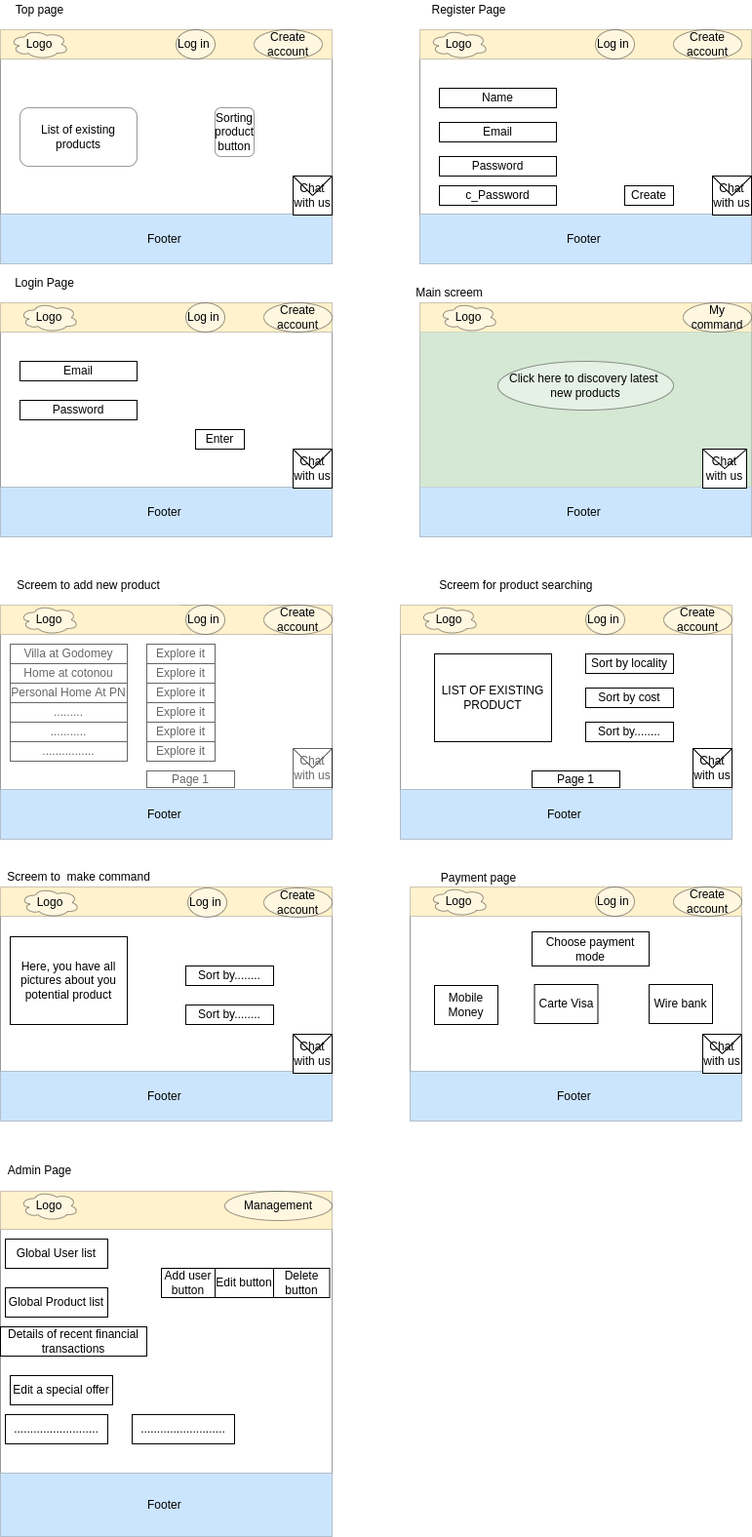
IBRAHIMA8/Transimo keeps this draw.io diagram as public/Wireframe.png. Above is the earlier version. Source tidied: cells renumbered, new cells last; positions are measured from the earlier drawing's top-left corner, leaving out a move shared by most shapes.
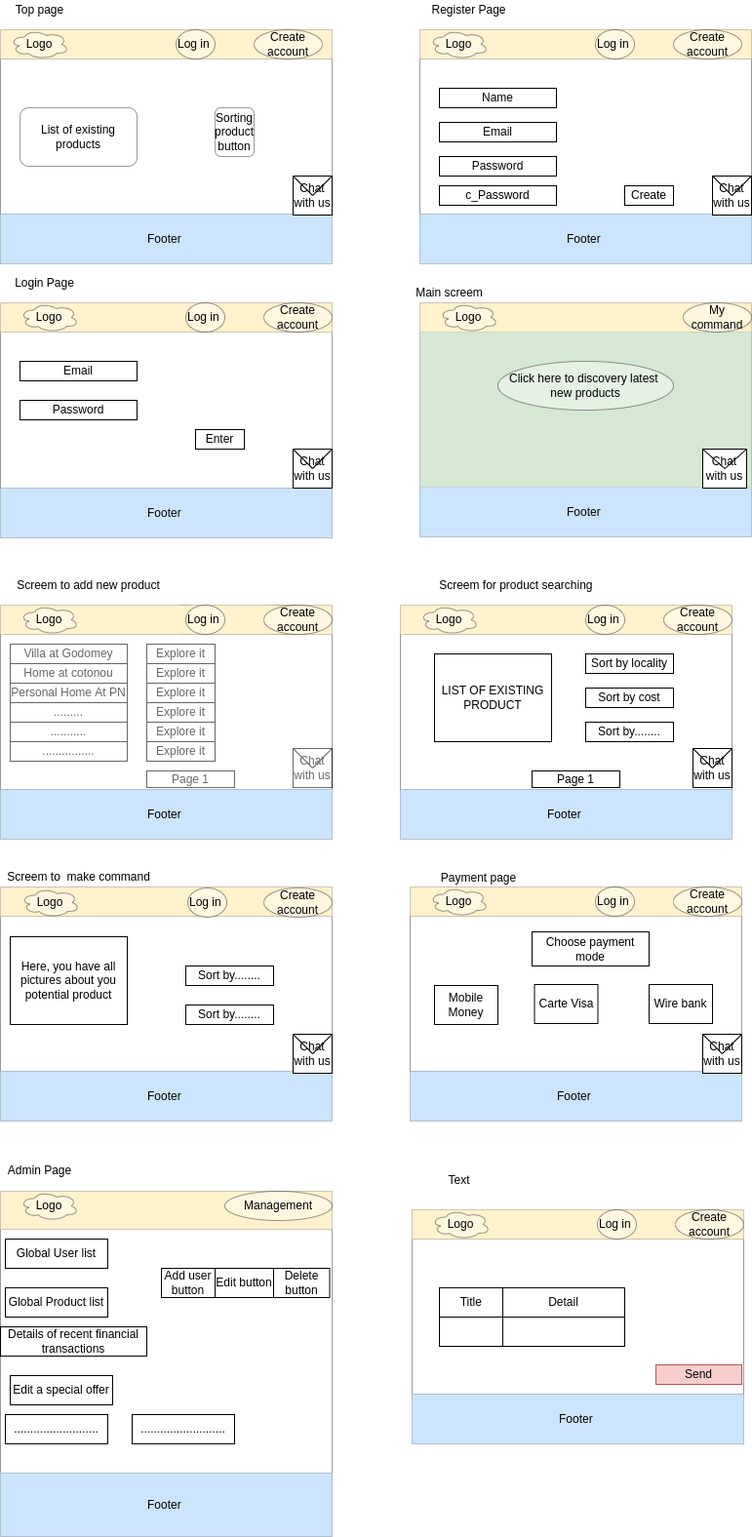
Later version of the same file.

Diff of the diagram source:
```diff
@@ -60,7 +60,7 @@
       <mxGeometry width="340" height="51" as="geometry" />
     </mxCell>
     <mxCell id="21" style="shape=table;startSize=0;opacity=40;" parent="1" vertex="1">
-      <mxGeometry y="310" width="340" height="240" as="geometry" />
+      <mxGeometry y="310" width="340" height="241" as="geometry" />
     </mxCell>
     <mxCell id="22" style="shape=tableRow;horizontal=0;startSize=0;swimlaneHead=0;swimlaneBody=0;top=0;left=0;bottom=0;right=0;fillColor=none;" parent="21" vertex="1">
       <mxGeometry width="340" height="30" as="geometry" />
@@ -69,13 +69,13 @@
       <mxGeometry width="340" height="30" as="geometry" />
     </mxCell>
     <mxCell id="24" style="shape=tableRow;horizontal=0;startSize=0;swimlaneHead=0;swimlaneBody=0;top=0;left=0;bottom=0;right=0;fillColor=none;" parent="21" vertex="1">
-      <mxGeometry y="30" width="340" height="159" as="geometry" />
+      <mxGeometry y="30" width="340" height="160" as="geometry" />
     </mxCell>
     <mxCell id="25" style="shape=partialRectangle;html=1;whiteSpace=wrap;overflow=hidden;fillColor=none;top=0;left=0;bottom=0;right=0;" parent="24" vertex="1">
-      <mxGeometry width="340" height="159" as="geometry" />
+      <mxGeometry width="340" height="160" as="geometry" />
     </mxCell>
     <mxCell id="26" style="shape=tableRow;horizontal=0;startSize=0;swimlaneHead=0;swimlaneBody=0;top=0;left=0;bottom=0;right=0;fillColor=none;" parent="21" vertex="1">
-      <mxGeometry y="189" width="340" height="51" as="geometry" />
+      <mxGeometry y="190" width="340" height="51" as="geometry" />
     </mxCell>
     <mxCell id="27" value="Footer&amp;nbsp;" style="shape=partialRectangle;html=1;whiteSpace=wrap;overflow=hidden;fillColor=#cce5ff;top=0;left=0;bottom=0;right=0;strokeColor=#36393d;" parent="26" vertex="1">
       <mxGeometry width="340" height="51" as="geometry" />
@@ -464,5 +464,53 @@
     <mxCell id="155" value="Create account" style="ellipse;whiteSpace=wrap;html=1;opacity=40;" parent="1" vertex="1">
       <mxGeometry x="270" y="910" width="70" height="30" as="geometry" />
     </mxCell>
+    <mxCell id="156" style="shape=table;startSize=0;opacity=40;" parent="1" vertex="1">
+      <mxGeometry x="422" y="1240" width="340" height="240" as="geometry" />
+    </mxCell>
+    <mxCell id="157" style="shape=tableRow;horizontal=0;startSize=0;swimlaneHead=0;swimlaneBody=0;top=0;left=0;bottom=0;right=0;fillColor=none;" parent="156" vertex="1">
+      <mxGeometry width="340" height="30" as="geometry" />
+    </mxCell>
+    <mxCell id="158" style="shape=partialRectangle;html=1;whiteSpace=wrap;overflow=hidden;fillColor=#fff2cc;top=0;left=0;bottom=0;right=0;strokeColor=#d6b656;" parent="157" vertex="1">
+      <mxGeometry width="340" height="30" as="geometry" />
+    </mxCell>
+    <mxCell id="159" style="shape=tableRow;horizontal=0;startSize=0;swimlaneHead=0;swimlaneBody=0;top=0;left=0;bottom=0;right=0;fillColor=none;" parent="156" vertex="1">
+      <mxGeometry y="30" width="340" height="159" as="geometry" />
+    </mxCell>
+    <mxCell id="160" style="shape=partialRectangle;html=1;whiteSpace=wrap;overflow=hidden;fillColor=none;top=0;left=0;bottom=0;right=0;" parent="159" vertex="1">
+      <mxGeometry width="340" height="159" as="geometry" />
+    </mxCell>
+    <mxCell id="161" style="shape=tableRow;horizontal=0;startSize=0;swimlaneHead=0;swimlaneBody=0;top=0;left=0;bottom=0;right=0;fillColor=none;" parent="156" vertex="1">
+      <mxGeometry y="189" width="340" height="51" as="geometry" />
+    </mxCell>
+    <mxCell id="162" value="Footer&amp;nbsp;" style="shape=partialRectangle;html=1;whiteSpace=wrap;overflow=hidden;fillColor=#cce5ff;top=0;left=0;bottom=0;right=0;strokeColor=#36393d;" parent="161" vertex="1">
+      <mxGeometry width="340" height="51" as="geometry" />
+    </mxCell>
+    <mxCell id="163" value="Logo" style="ellipse;shape=cloud;whiteSpace=wrap;html=1;opacity=40;" parent="1" vertex="1">
+      <mxGeometry x="442" y="1240" width="60" height="30" as="geometry" />
+    </mxCell>
+    <mxCell id="164" value="Log in&amp;nbsp;" style="ellipse;whiteSpace=wrap;html=1;opacity=40;" parent="1" vertex="1">
+      <mxGeometry x="612" y="1240" width="40" height="30" as="geometry" />
+    </mxCell>
+    <mxCell id="165" value="Create account" style="ellipse;whiteSpace=wrap;html=1;opacity=40;" parent="1" vertex="1">
+      <mxGeometry x="692" y="1240" width="70" height="30" as="geometry" />
+    </mxCell>
+    <mxCell id="166" value="Send" style="rounded=0;whiteSpace=wrap;html=1;fillColor=#f8cecc;strokeColor=#b85450;" parent="1" vertex="1">
+      <mxGeometry x="672" y="1399" width="88" height="20" as="geometry" />
+    </mxCell>
+    <mxCell id="167" value="Title&lt;span style=&quot;white-space: pre;&quot;&gt;&#9;&lt;/span&gt;" style="rounded=0;whiteSpace=wrap;html=1;" parent="1" vertex="1">
+      <mxGeometry x="450" y="1320" width="70" height="30" as="geometry" />
+    </mxCell>
+    <mxCell id="168" value="Detail" style="rounded=0;whiteSpace=wrap;html=1;" parent="1" vertex="1">
+      <mxGeometry x="515" y="1320" width="125" height="30" as="geometry" />
+    </mxCell>
+    <mxCell id="169" style="rounded=0;whiteSpace=wrap;html=1;" parent="1" vertex="1">
+      <mxGeometry x="450" y="1350" width="70" height="30" as="geometry" />
+    </mxCell>
+    <mxCell id="170" style="rounded=0;whiteSpace=wrap;html=1;" parent="1" vertex="1">
+      <mxGeometry x="515" y="1350" width="125" height="30" as="geometry" />
+    </mxCell>
+    <mxCell id="171" value="Text" style="text;html=1;align=center;verticalAlign=middle;strokeColor=none;fillColor=none;" parent="1" vertex="1">
+      <mxGeometry x="450" y="1200" width="40" height="20" as="geometry" />
+    </mxCell>
   </root>
 </mxGraphModel>
```
